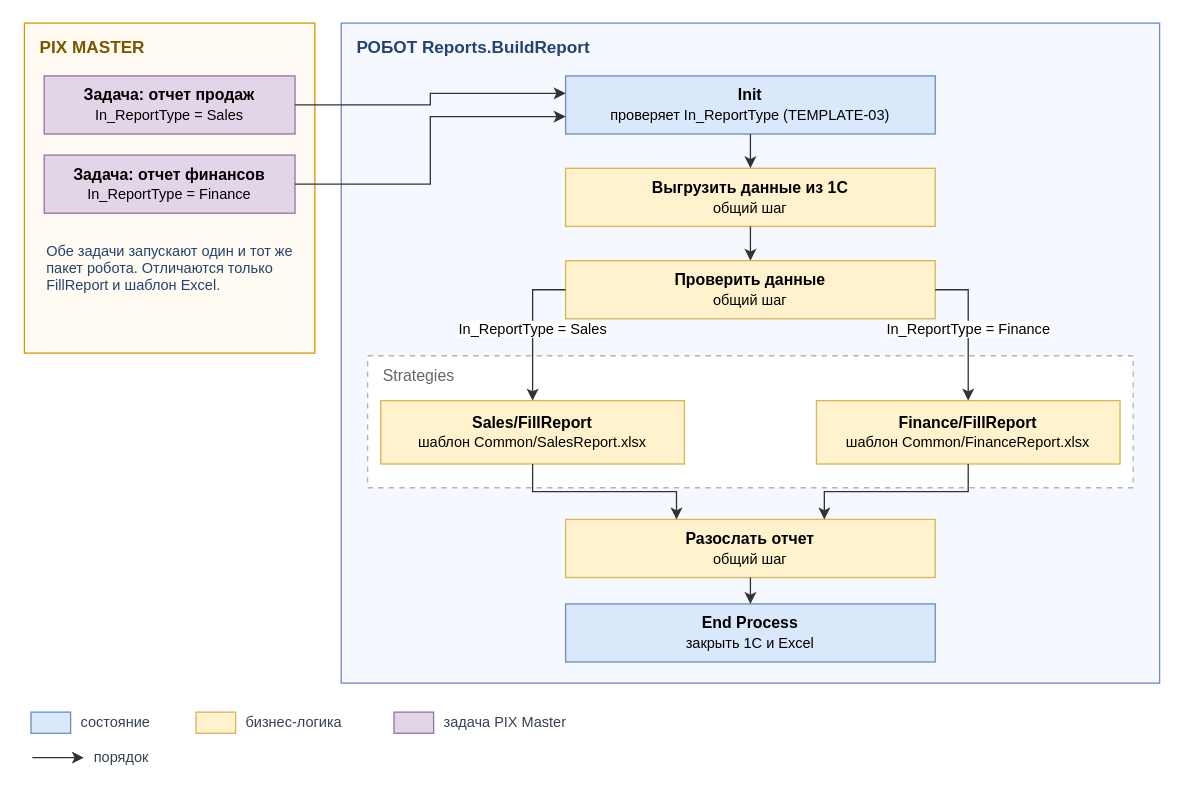
Before: page "template / template-strategy" (6 of 7) of images/diagrams.drawio in TheMrDJek/PixRpaDevelopmentConventions, a draw.io diagram. Source tidied: cells renumbered, new cells numbered last; positions are measured from the earlier drawing's top-left corner, leaving out a move shared by most shapes. Both pictures are drawn from the tidied source at 132%, with x=0, y=0 at pixel (24, 22).
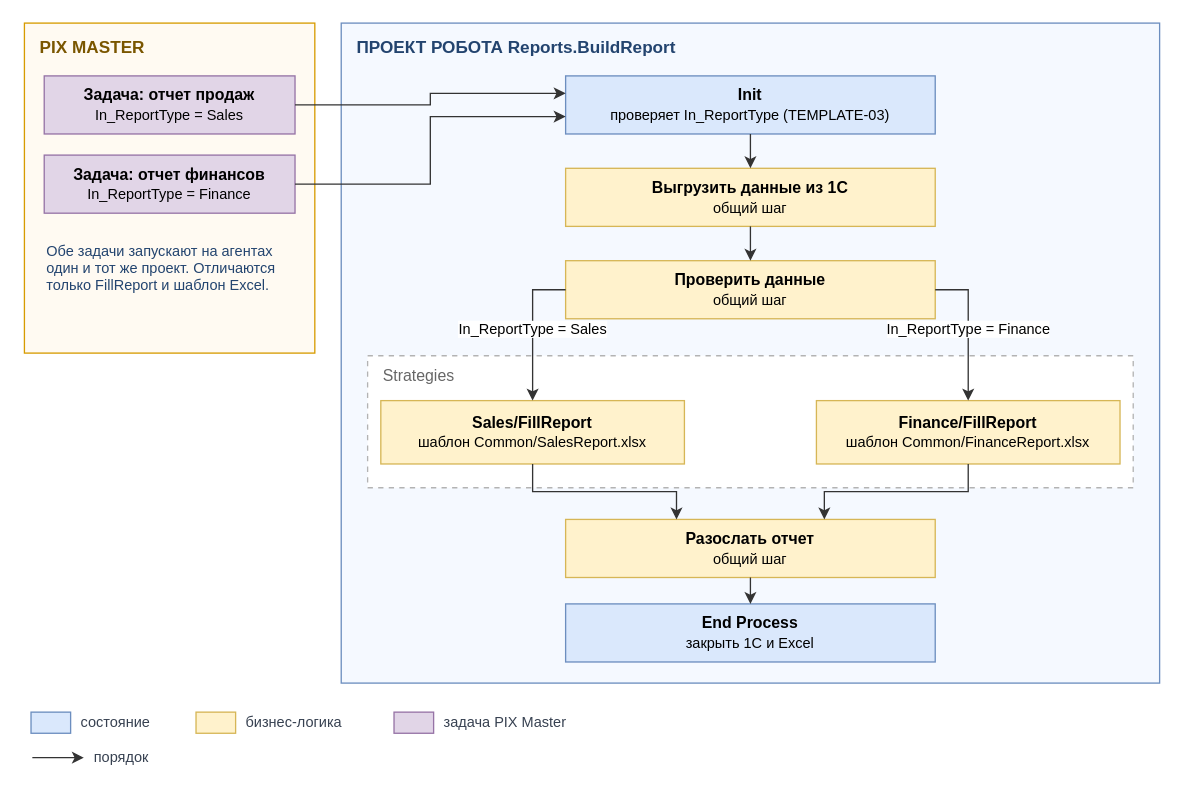
The same page after the edit.

Commit message (it also covers changes not shown here):
docs: template.md, стратегия: две задачи запускают на агентах один проект

Change to the diagram source:
```diff
@@
-    <mxCell id="3" value="РОБОТ Reports.BuildReport" style="rounded=0;fillColor=#F5F9FF;strokeColor=#6C8EBF;strokeWidth=1;verticalAlign=top;align=left;spacingLeft=10;spacingTop=4;fontStyle=1;fontSize=13;fontColor=#23446F;whiteSpace=wrap;html=1;fontFamily=Helvetica;" parent="1" vertex="1">
+    <mxCell id="3" value="ПРОЕКТ РОБОТА Reports.BuildReport" style="rounded=0;fillColor=#F5F9FF;strokeColor=#6C8EBF;strokeWidth=1;verticalAlign=top;align=left;spacingLeft=10;spacingTop=4;fontStyle=1;fontSize=13;fontColor=#23446F;whiteSpace=wrap;html=1;fontFamily=Helvetica;" parent="1" vertex="1">
       <mxGeometry x="240" width="620" height="500" as="geometry" />
     </mxCell>
@@
-    <mxCell id="23" value="Обе задачи запускают один и тот же пакет робота. Отличаются только FillReport и шаблон Excel." style="text;strokeColor=none;fillColor=none;align=left;verticalAlign=top;fontSize=11;fontColor=#23446F;whiteSpace=wrap;html=1;fontFamily=Helvetica;" parent="1" vertex="1">
+    <mxCell id="23" value="Обе задачи запускают на агентах один и тот же проект. Отличаются только FillReport и шаблон Excel." style="text;strokeColor=none;fillColor=none;align=left;verticalAlign=top;fontSize=11;fontColor=#23446F;whiteSpace=wrap;html=1;fontFamily=Helvetica;" parent="1" vertex="1">
       <mxGeometry x="15" y="160" width="200" height="64" as="geometry" />
     </mxCell>
```
